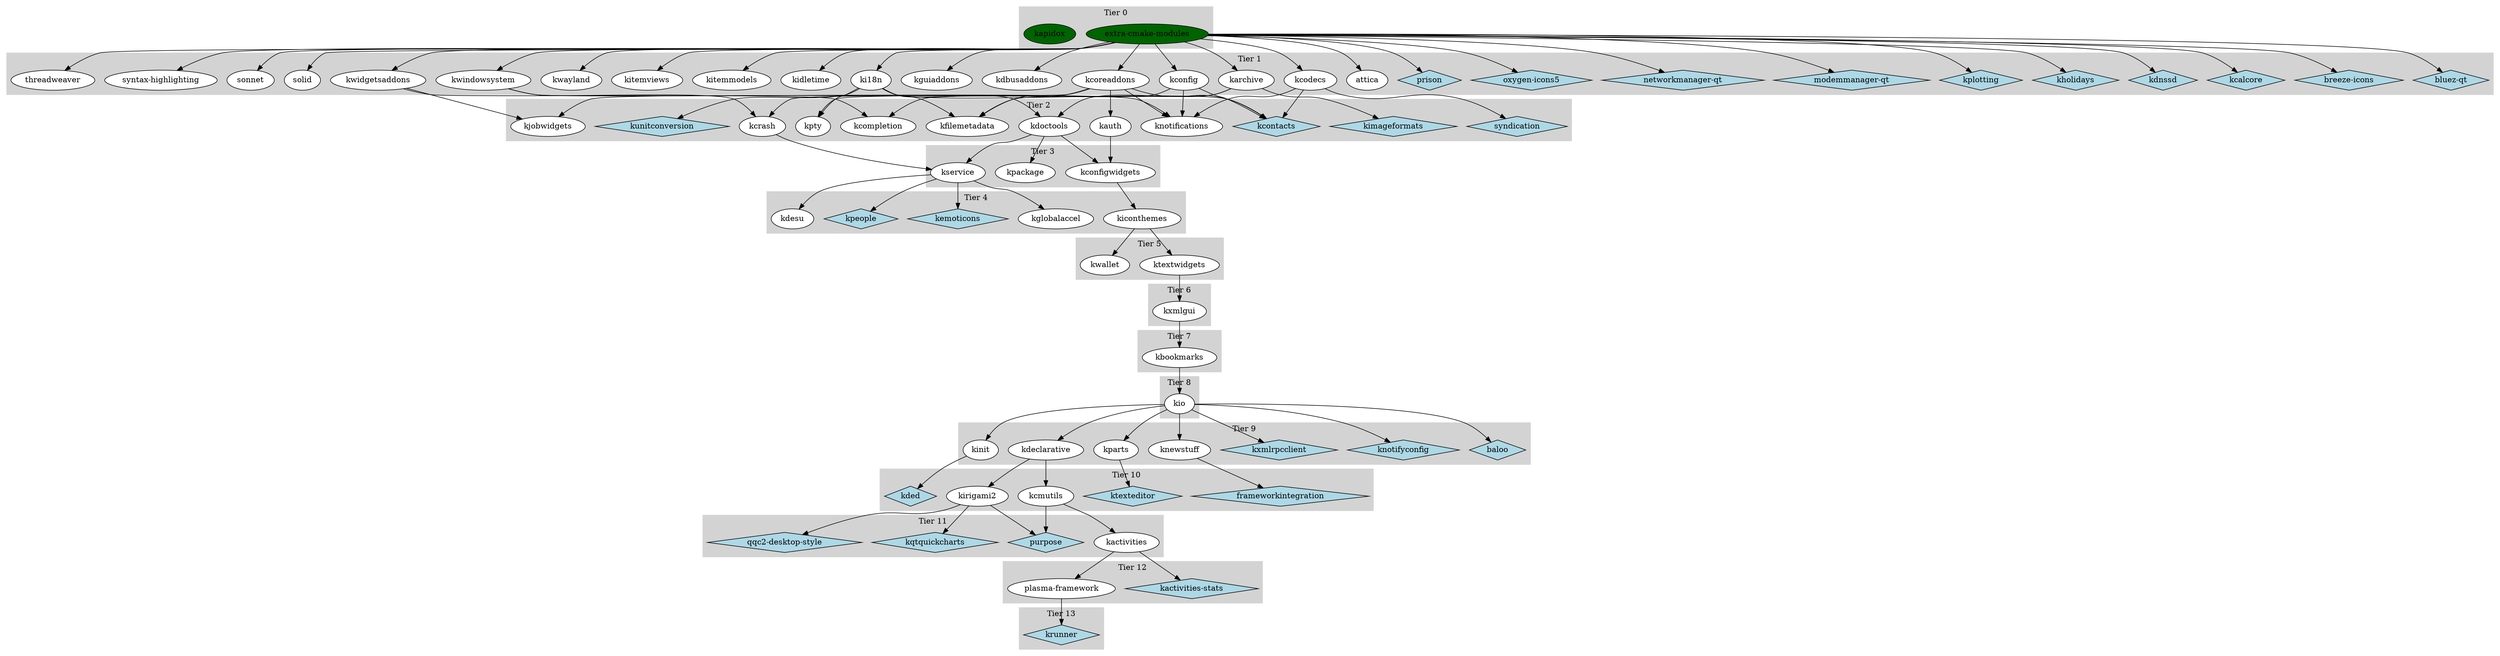
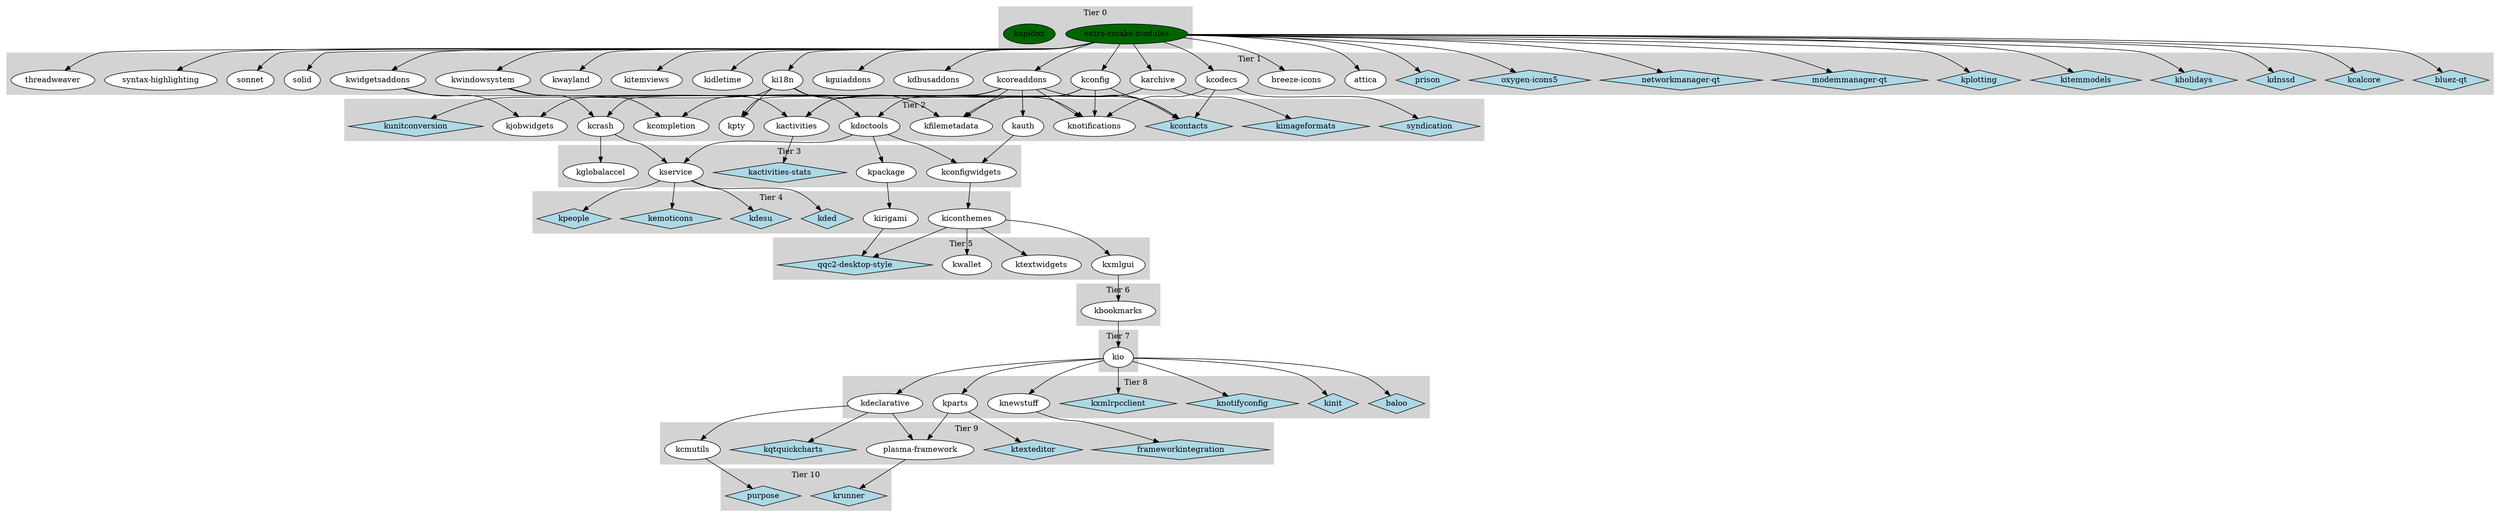
digraph frameworksTier {
  node [shape=diamond,fillcolor=lightblue,style=filled];
  "baloo";
  "bluez-qt";
-   "breeze-icons";
  "frameworkintegration";
  "kactivities-stats";
  "kcalcore";
  "kcontacts";
  "kded";
+   "kdesu";
  "kdnssd";
  "kemoticons";
  "kholidays";
  "kimageformats";
+   "kinit";
+   "kitemmodels";
  "knotifyconfig";
  "kpeople";
  "kplotting";
  "kqtquickcharts";
  "krunner";
  "ktexteditor";
  "kunitconversion";
  "kxmlrpcclient";
  "modemmanager-qt";
  "networkmanager-qt";
  "oxygen-icons5";
  "prison";
  "purpose";
  "qqc2-desktop-style";
  "syndication";
  node [shape=ellipse,fillcolor=darkgreen,style=filled];
  "extra-cmake-modules";
  "kapidox";
  node [shape=ellipse,fillcolor=white,style=filled];
  subgraph cluster_0 {
    style=filled;
    color=lightgrey;
    label = "Tier 0";
    "extra-cmake-modules";
    "kapidox";
  }
  subgraph cluster_1 {
    style=filled;
    color=lightgrey;
    label = "Tier 1";
    "attica";
    "bluez-qt";
    "breeze-icons";
    "karchive";
    "kcalcore";
    "kcodecs";
    "kconfig";
    "kcoreaddons";
    "kdbusaddons";
    "kdnssd";
    "kguiaddons";
    "kholidays";
    "ki18n";
    "kidletime";
    "kitemmodels";
    "kitemviews";
    "kplotting";
    "kwayland";
    "kwidgetsaddons";
    "kwindowsystem";
    "modemmanager-qt";
    "networkmanager-qt";
    "oxygen-icons5";
    "prison";
    "solid";
    "sonnet";
    "syntax-highlighting";
    "threadweaver";
  }
  "extra-cmake-modules" -> "attica";
  "extra-cmake-modules" -> "bluez-qt";
  "extra-cmake-modules" -> "breeze-icons";
  "extra-cmake-modules" -> "karchive";
  "extra-cmake-modules" -> "kcalcore";
  "extra-cmake-modules" -> "kcodecs";
  "extra-cmake-modules" -> "kconfig";
  "extra-cmake-modules" -> "kcoreaddons";
  "extra-cmake-modules" -> "kdbusaddons";
  "extra-cmake-modules" -> "kdnssd";
  "extra-cmake-modules" -> "kguiaddons";
  "extra-cmake-modules" -> "kholidays";
  "extra-cmake-modules" -> "ki18n";
  "extra-cmake-modules" -> "kidletime";
  "extra-cmake-modules" -> "kitemmodels";
  "extra-cmake-modules" -> "kitemviews";
  "extra-cmake-modules" -> "kplotting";
  "extra-cmake-modules" -> "kwayland";
  "extra-cmake-modules" -> "kwidgetsaddons";
  "extra-cmake-modules" -> "kwindowsystem";
  "extra-cmake-modules" -> "modemmanager-qt";
  "extra-cmake-modules" -> "networkmanager-qt";
  "extra-cmake-modules" -> "oxygen-icons5";
  "extra-cmake-modules" -> "prison";
  "extra-cmake-modules" -> "solid";
  "extra-cmake-modules" -> "sonnet";
  "extra-cmake-modules" -> "syntax-highlighting";
  "extra-cmake-modules" -> "threadweaver";
  subgraph cluster_2 {
    style=filled;
    color=lightgrey;
    label = "Tier 2";
+     "kactivities";
    "kauth";
    "kcompletion";
    "kcontacts";
    "kcrash";
    "kdoctools";
    "kfilemetadata";
    "kimageformats";
    "kjobwidgets";
    "knotifications";
    "kpty";
    "kunitconversion";
    "syndication";
  }
+   "kcoreaddons" -> "kactivities";
+   "kconfig" -> "kactivities";
+   "kwindowsystem" -> "kactivities";
  "kcoreaddons" -> "kauth";
+   "kwidgetsaddons" -> "kcompletion";
  "kconfig" -> "kcompletion";
-   "kwidgetsaddons" -> "kcompletion";
+   "kcoreaddons" -> "kcontacts";
  "kcodecs" -> "kcontacts";
  "kconfig" -> "kcontacts";
  "ki18n" -> "kcontacts";
-   "kcoreaddons" -> "kcontacts";
  "kcoreaddons" -> "kcrash";
  "kwindowsystem" -> "kcrash";
  "karchive" -> "kdoctools";
  "ki18n" -> "kdoctools";
+   "kcoreaddons" -> "kfilemetadata";
  "karchive" -> "kfilemetadata";
-   "kcoreaddons" -> "kfilemetadata";
  "ki18n" -> "kfilemetadata";
  "karchive" -> "kimageformats";
  "kcoreaddons" -> "kjobwidgets";
  "kwidgetsaddons" -> "kjobwidgets";
+   "kcoreaddons" -> "knotifications";
  "kcodecs" -> "knotifications";
+   "kconfig" -> "knotifications";
  "kwindowsystem" -> "knotifications";
-   "kcoreaddons" -> "knotifications";
-   "kconfig" -> "knotifications";
  "kcoreaddons" -> "kpty";
  "ki18n" -> "kpty";
  "ki18n" -> "kunitconversion";
  "kcodecs" -> "syndication";
  subgraph cluster_3 {
    style=filled;
    color=lightgrey;
    label = "Tier 3";
+     "kactivities-stats";
    "kconfigwidgets";
+     "kglobalaccel";
    "kpackage";
    "kservice";
  }
+   "kactivities" -> "kactivities-stats";
+   "kauth" -> "kconfigwidgets";
  "kdoctools" -> "kconfigwidgets";
-   "kauth" -> "kconfigwidgets";
+   "kcrash" -> "kglobalaccel";
  "kdoctools" -> "kpackage";
  "kdoctools" -> "kservice";
  "kcrash" -> "kservice";
  subgraph cluster_4 {
    style=filled;
    color=lightgrey;
    label = "Tier 4";
+     "kded";
    "kdesu";
    "kemoticons";
-     "kglobalaccel";
    "kiconthemes";
+     "kirigami";
    "kpeople";
  }
+   "kservice" -> "kded";
  "kservice" -> "kdesu";
  "kservice" -> "kemoticons";
-   "kservice" -> "kglobalaccel";
  "kconfigwidgets" -> "kiconthemes";
+   "kpackage" -> "kirigami";
  "kservice" -> "kpeople";
  subgraph cluster_5 {
    style=filled;
    color=lightgrey;
    label = "Tier 5";
    "ktextwidgets";
    "kwallet";
+     "kxmlgui";
+     "qqc2-desktop-style";
  }
  "kiconthemes" -> "ktextwidgets";
  "kiconthemes" -> "kwallet";
+   "kiconthemes" -> "kxmlgui";
+   "kirigami" -> "qqc2-desktop-style";
+   "kiconthemes" -> "qqc2-desktop-style";
  subgraph cluster_6 {
    style=filled;
    color=lightgrey;
    label = "Tier 6";
-     "kxmlgui";
-   }
-   "ktextwidgets" -> "kxmlgui";
+     "kbookmarks";
+   }
+   "kxmlgui" -> "kbookmarks";
  subgraph cluster_7 {
    style=filled;
    color=lightgrey;
    label = "Tier 7";
-     "kbookmarks";
-   }
-   "kxmlgui" -> "kbookmarks";
+     "kio";
+   }
+   "kbookmarks" -> "kio";
  subgraph cluster_8 {
    style=filled;
    color=lightgrey;
    label = "Tier 8";
-     "kio";
-   }
-   "kbookmarks" -> "kio";
-   subgraph cluster_9 {
-     style=filled;
-     color=lightgrey;
-     label = "Tier 9";
    "baloo";
    "kdeclarative";
    "kinit";
    "knewstuff";
    "knotifyconfig";
    "kparts";
    "kxmlrpcclient";
  }
  "kio" -> "baloo";
  "kio" -> "kdeclarative";
  "kio" -> "kinit";
  "kio" -> "knewstuff";
  "kio" -> "knotifyconfig";
  "kio" -> "kparts";
  "kio" -> "kxmlrpcclient";
-   subgraph cluster_10 {
-     style=filled;
-     color=lightgrey;
-     label = "Tier 10";
+   subgraph cluster_9 {
+     style=filled;
+     color=lightgrey;
+     label = "Tier 9";
    "frameworkintegration";
    "kcmutils";
-     "kded";
-     "kirigami2";
+     "kqtquickcharts";
    "ktexteditor";
+     "plasma-framework";
  }
  "knewstuff" -> "frameworkintegration";
  "kdeclarative" -> "kcmutils";
-   "kinit" -> "kded";
-   "kdeclarative" -> "kirigami2";
+   "kdeclarative" -> "kqtquickcharts";
  "kparts" -> "ktexteditor";
-   subgraph cluster_11 {
-     style=filled;
-     color=lightgrey;
-     label = "Tier 11";
-     "kactivities";
-     "kqtquickcharts";
+   "kdeclarative" -> "plasma-framework";
+   "kparts" -> "plasma-framework";
+   subgraph cluster_10 {
+     style=filled;
+     color=lightgrey;
+     label = "Tier 10";
+     "krunner";
    "purpose";
-     "qqc2-desktop-style";
-   }
-   "kcmutils" -> "kactivities";
-   "kirigami2" -> "kqtquickcharts";
+   }
+   "plasma-framework" -> "krunner";
  "kcmutils" -> "purpose";
-   "kirigami2" -> "purpose";
-   "kirigami2" -> "qqc2-desktop-style";
-   subgraph cluster_12 {
-     style=filled;
-     color=lightgrey;
-     label = "Tier 12";
-     "kactivities-stats";
-     "plasma-framework";
-   }
-   "kactivities" -> "kactivities-stats";
-   "kactivities" -> "plasma-framework";
-   subgraph cluster_13 {
-     style=filled;
-     color=lightgrey;
-     label = "Tier 13";
-     "krunner";
-   }
-   "plasma-framework" -> "krunner";
}